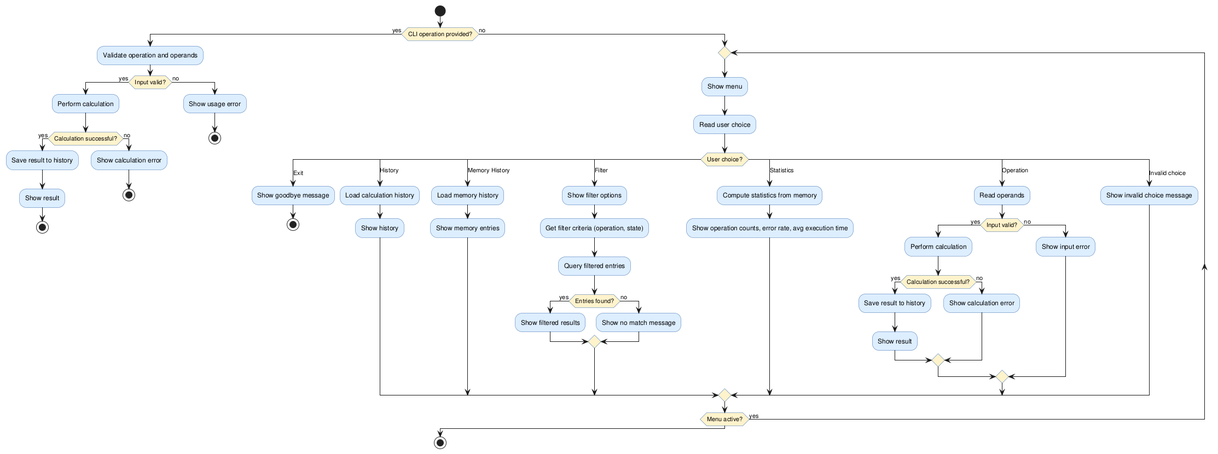
The PlantUML diagram experiments/broadcast/user_stories/calculator/artifacts/activity_diagram.png in DanielRiha8906/Software_autoevolution_using_agents, before a commit.
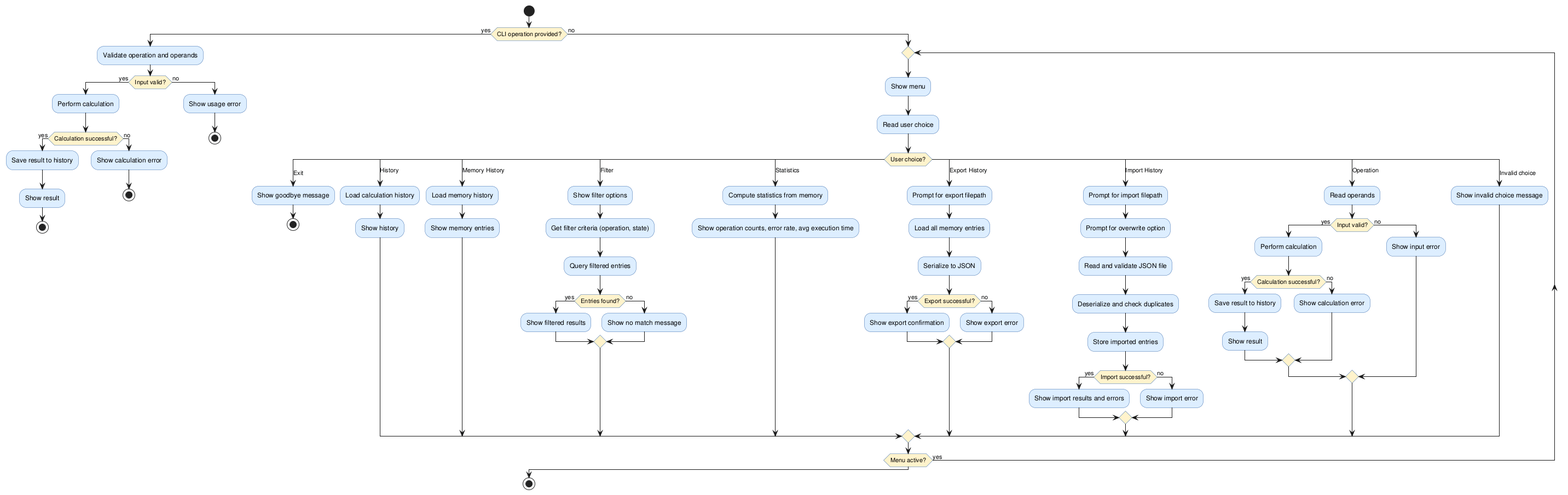
The same diagram one commit later.

The edit, as a diff of the source:
```diff
@@ -61,6 +61,28 @@
         :Compute statistics from memory;
         :Show operation counts, error rate, avg execution time;
 
+      case (Export History)
+        :Prompt for export filepath;
+        :Load all memory entries;
+        :Serialize to JSON;
+        if (Export successful?) then (yes)
+          :Show export confirmation;
+        else (no)
+          :Show export error;
+        endif
+
+      case (Import History)
+        :Prompt for import filepath;
+        :Prompt for overwrite option;
+        :Read and validate JSON file;
+        :Deserialize and check duplicates;
+        :Store imported entries;
+        if (Import successful?) then (yes)
+          :Show import results and errors;
+        else (no)
+          :Show import error;
+        endif
+
       case (Operation)
         :Read operands;
 
```
